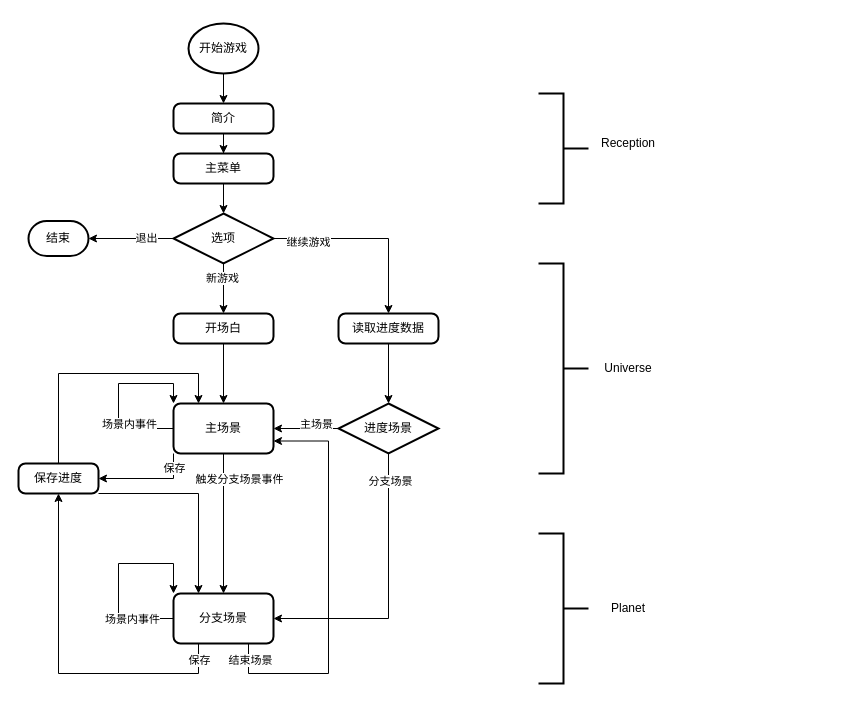
This is page "整体流程" (1 of 4) of PyGamePOC/design/game_design.drawio from kai-liki/Study, a draw.io file, before an edit. Source tidied: cells renumbered, new cells numbered last; positions are measured from the earlier drawing's top-left corner, leaving out a move shared by most shapes. Both pictures are drawn from the tidied source at 100%, with x=0, y=0 at pixel (18, 23).
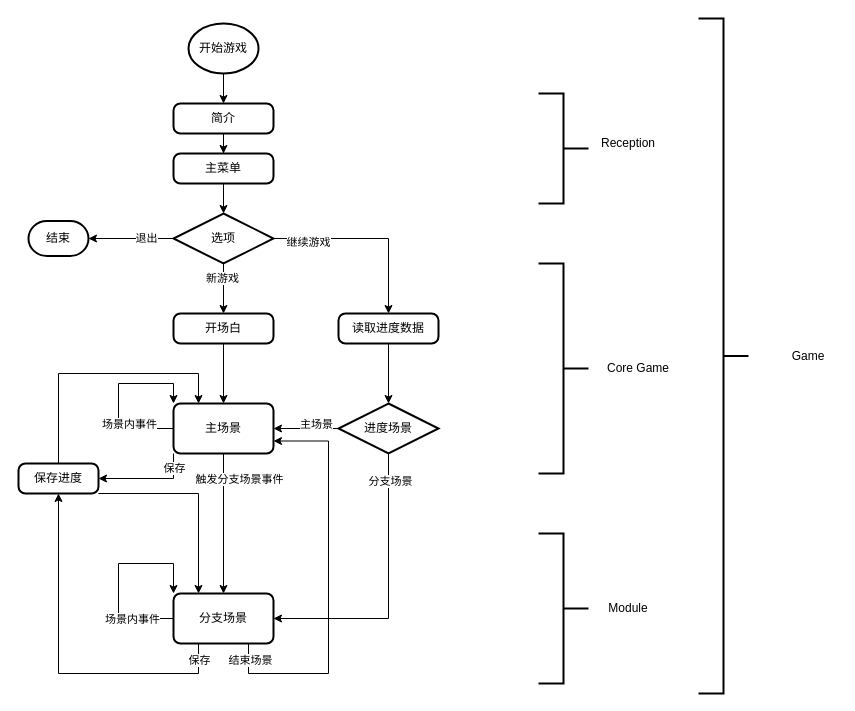
The same page after the edit.

What changed in the source:
```diff
@@
-    <mxCell id="45" value="Universe" style="text;html=1;align=center;verticalAlign=middle;whiteSpace=wrap;rounded=0;" parent="1" vertex="1">
-      <mxGeometry x="580" y="330" width="60" height="30" as="geometry" />
+    <mxCell id="45" value="Core Game" style="text;html=1;align=center;verticalAlign=middle;whiteSpace=wrap;rounded=0;" parent="1" vertex="1">
+      <mxGeometry x="580" y="330" width="80" height="30" as="geometry" />
     </mxCell>
@@
-    <mxCell id="47" value="Planet" style="text;html=1;align=center;verticalAlign=middle;whiteSpace=wrap;rounded=0;" parent="1" vertex="1">
+    <mxCell id="47" value="Module" style="text;html=1;align=center;verticalAlign=middle;whiteSpace=wrap;rounded=0;" parent="1" vertex="1">
       <mxGeometry x="580" y="570" width="60" height="30" as="geometry" />
     </mxCell>
+    <mxCell id="48" style="strokeWidth=2;html=1;shape=mxgraph.flowchart.annotation_2;align=left;labelPosition=right;rotation=-180;" parent="1" vertex="1">
+      <mxGeometry x="680" y="-5" width="50" height="675" as="geometry" />
+    </mxCell>
+    <mxCell id="49" value="Game" style="text;html=1;align=center;verticalAlign=middle;whiteSpace=wrap;rounded=0;" parent="1" vertex="1">
+      <mxGeometry x="760" y="317.5" width="60" height="30" as="geometry" />
+    </mxCell>
```
